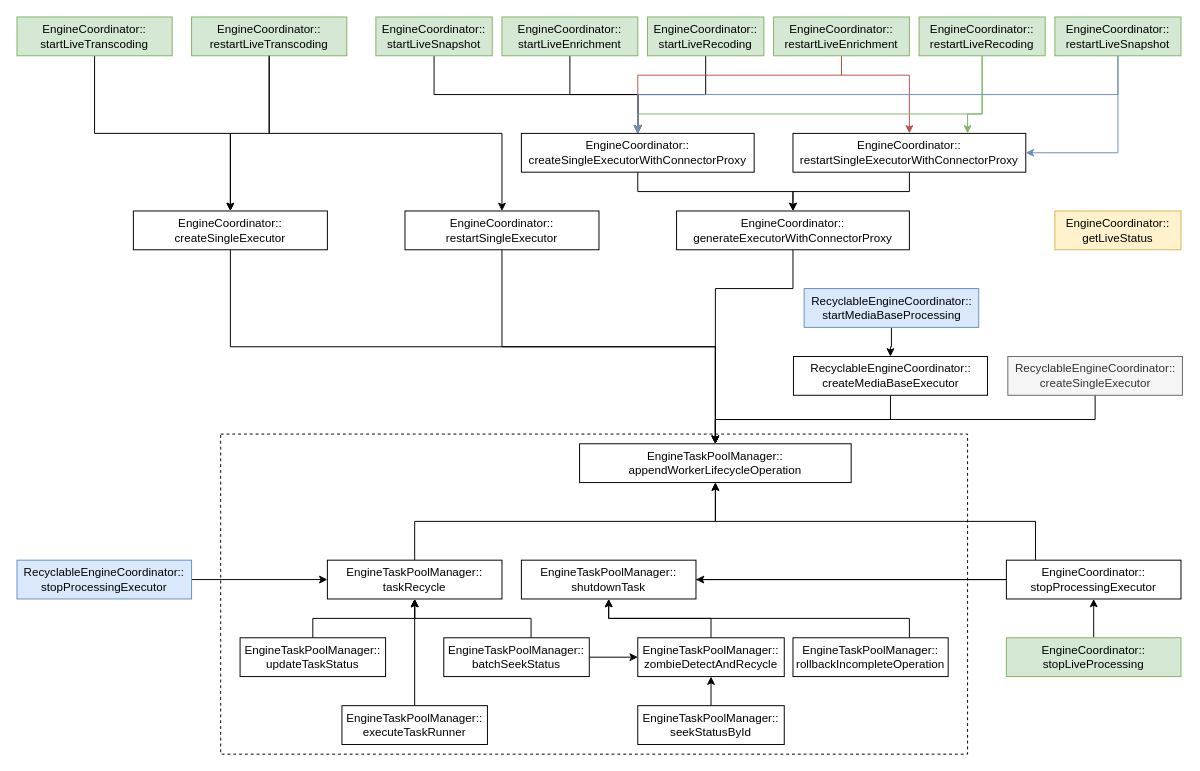
This is page "scheduler" (2 of 3) of graphs/streaming_engine_framework.drawio from zhongchun/daily, a draw.io file, before an edit. Source tidied: cells renumbered, new cells numbered last; positions are measured from the earlier drawing's top-left corner, leaving out a move shared by most shapes. Both pictures are drawn from the tidied source at 97%, with x=0, y=0 at pixel (16, 16).
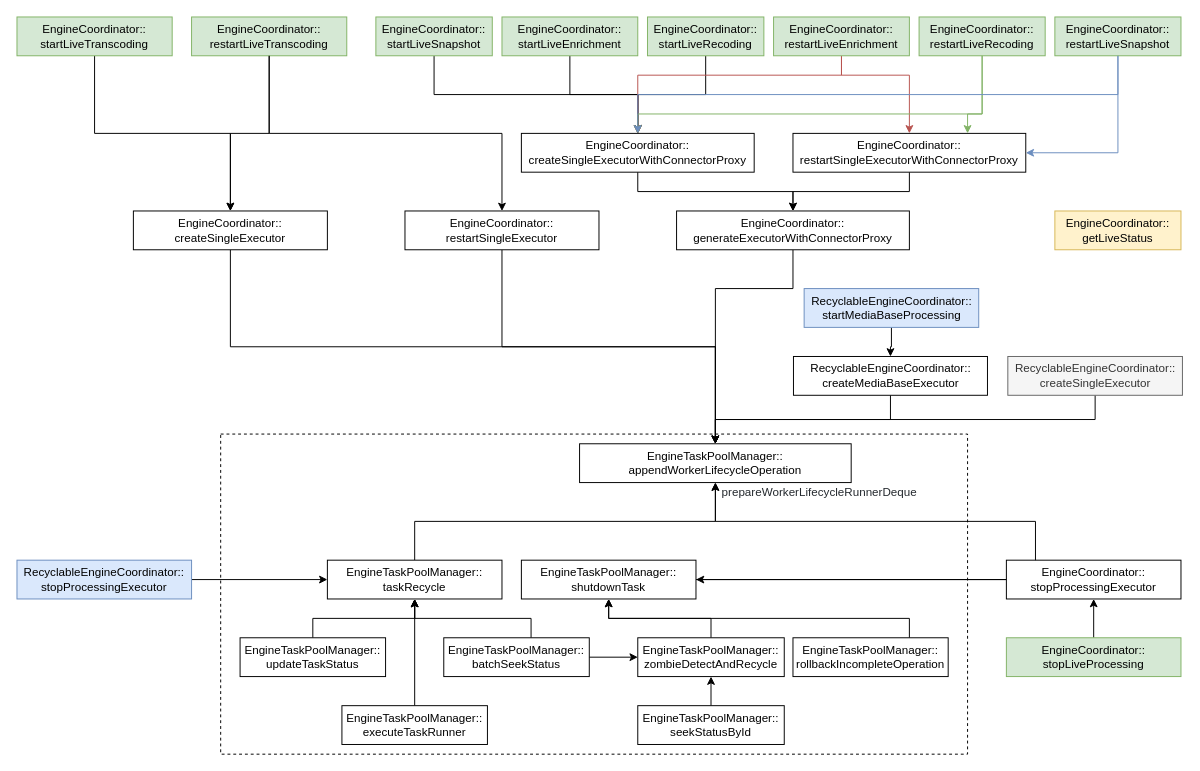
After the change.

The edit, as a diff of the source:
```diff
@@
+    <mxCell id="64" value="&lt;div style=&quot;background-color:#ffffff;color:#24292e&quot;&gt;&lt;pre style=&quot;font-size: 9pt;&quot;&gt;&lt;font face=&quot;Helvetica&quot;&gt;prepareWorkerLifecycleRunnerDeque&lt;/font&gt;&lt;/pre&gt;&lt;/div&gt;" style="text;html=1;align=center;verticalAlign=middle;strokeColor=none;fillColor=none;" parent="1" vertex="1">
+      <mxGeometry x="717" y="465" width="220" height="50" as="geometry" />
+    </mxCell>
```
